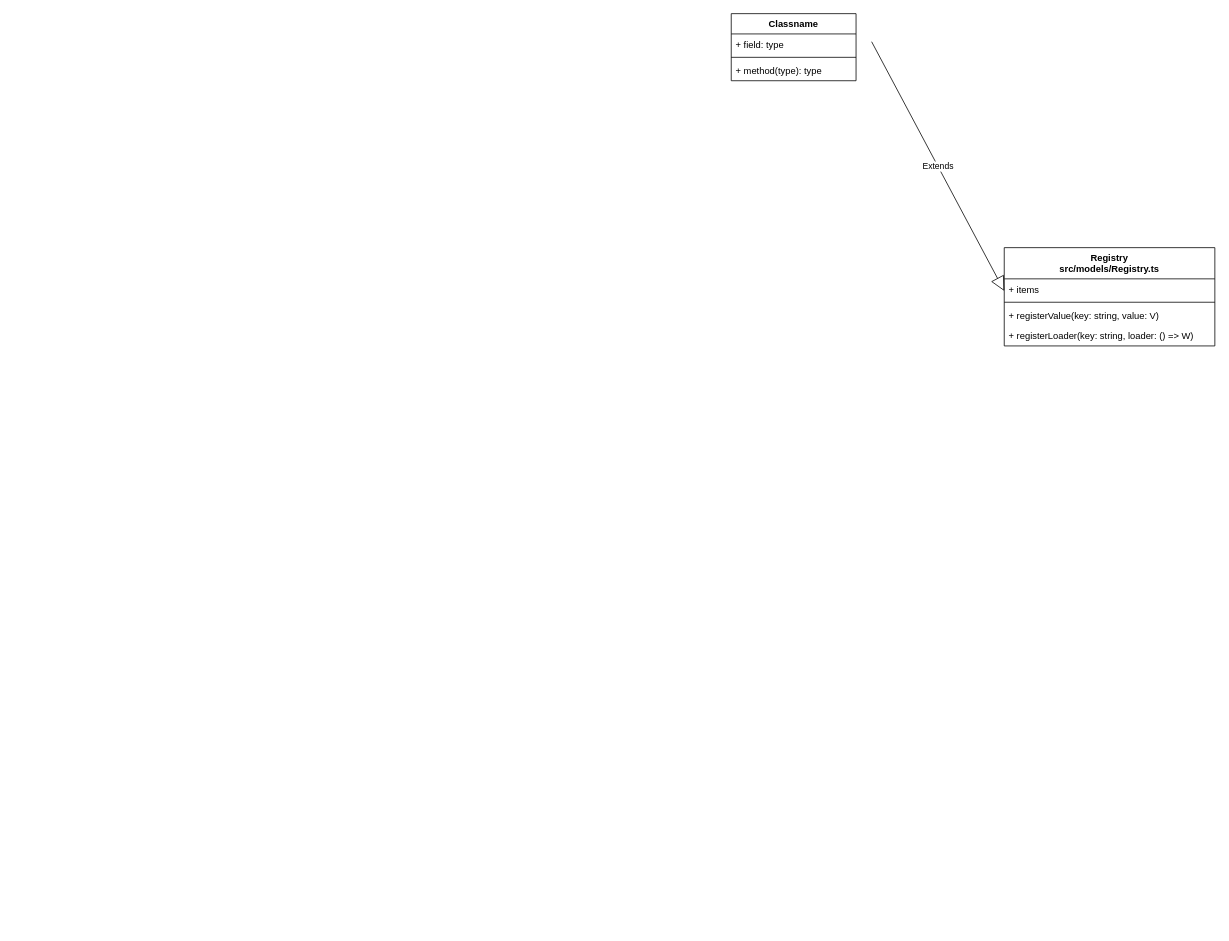
Earlier version of the draw.io diagram superset-core_chart.drawio (wbbhacker/drawFile). Source tidied: cells renumbered, new cells numbered last; positions are measured from the earlier drawing's top-left corner, leaving out a move shared by most shapes. Both pictures are drawn from the tidied source at 78%, with x=0, y=0 at pixel (731, 13).
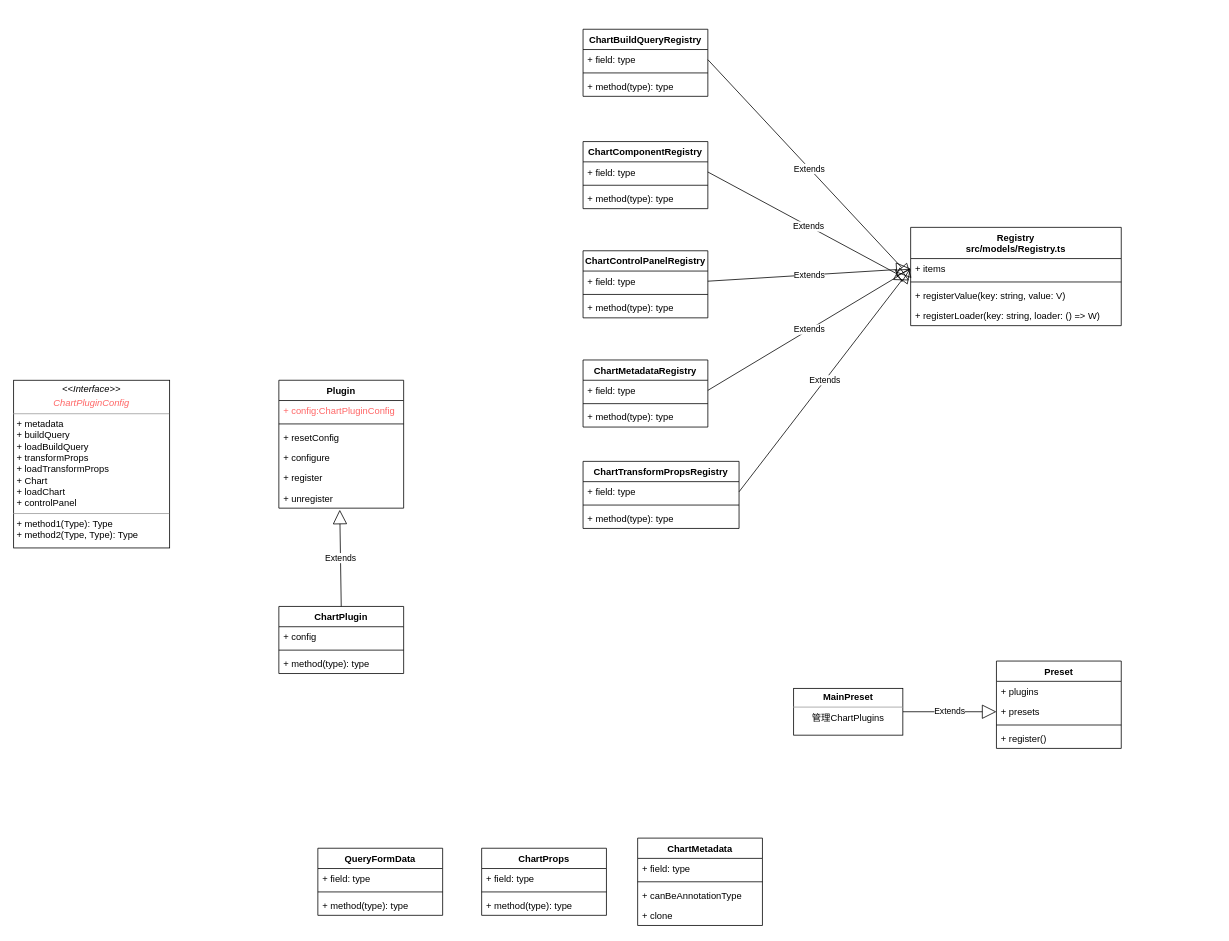
After the change.

Unchanged cells that the change refers to:
```xml
<mxCell id="3" value="+ items" style="text;strokeColor=none;fillColor=none;align=left;verticalAlign=top;spacingLeft=4;spacingRight=4;overflow=hidden;points=[[0,0.5],[1,0.5]];portConstraint=eastwest;" parent="2" vertex="1">
  <mxGeometry y="40" width="270" height="26" as="geometry" />
</mxCell>
<mxCell id="9" value="+ field: type" style="text;strokeColor=none;fillColor=none;align=left;verticalAlign=top;spacingLeft=4;spacingRight=4;overflow=hidden;points=[[0,0.5],[1,0.5]];portConstraint=eastwest;" parent="8" vertex="1">
  <mxGeometry y="26" width="160" height="26" as="geometry" />
</mxCell>
```

What changed in the source:
```diff
@@
     <mxCell id="2" value="Registry&#10;src/models/Registry.ts" style="swimlane;fontStyle=1;align=center;verticalAlign=top;horizontal=1;startSize=40;" parent="1" vertex="1">
-      <mxGeometry x="350" y="300" width="270" height="126" as="geometry" />
+      <mxGeometry x="230" y="274" width="270" height="126" as="geometry" />
     </mxCell>
@@
-    <mxCell id="7" value="Extends" style="endArrow=block;endSize=16;endFill=0;html=1;rounded=0;exitX=1;exitY=0.5;exitDx=0;exitDy=0;" parent="1" edge="1">
-      <mxGeometry relative="1" as="geometry">
-        <mxPoint x="180" y="36" as="sourcePoint" />
-        <mxPoint x="350" y="355.5" as="targetPoint" />
-      </mxGeometry>
+    <mxCell id="7" value="Extends" style="endArrow=block;endSize=16;endFill=0;html=1;rounded=0;exitX=1;exitY=0.5;exitDx=0;exitDy=0;entryX=0.004;entryY=0.962;entryDx=0;entryDy=0;entryPerimeter=0;" parent="1" edge="1" source="9" target="3">
+      <mxGeometry relative="1" as="geometry" />
     </mxCell>
-    <mxCell id="8" value="Classname" style="swimlane;fontStyle=1;align=center;verticalAlign=top;horizontal=1;startSize=26;" parent="1" vertex="1">
-      <mxGeometry width="160" height="86" as="geometry" />
+    <mxCell id="8" value="ChartBuildQueryRegistry" style="swimlane;fontStyle=1;align=center;verticalAlign=top;horizontal=1;startSize=26;" parent="1" vertex="1">
+      <mxGeometry x="-190" y="20" width="160" height="86" as="geometry" />
     </mxCell>
@@
+    <mxCell id="12" value="ChartComponentRegistry" style="swimlane;fontStyle=1;align=center;verticalAlign=top;horizontal=1;startSize=26;" parent="1" vertex="1">
+      <mxGeometry x="-190" y="164" width="160" height="86" as="geometry" />
+    </mxCell>
+    <mxCell id="13" value="+ field: type" style="text;strokeColor=none;fillColor=none;align=left;verticalAlign=top;spacingLeft=4;spacingRight=4;overflow=hidden;points=[[0,0.5],[1,0.5]];portConstraint=eastwest;" parent="12" vertex="1">
+      <mxGeometry y="26" width="160" height="26" as="geometry" />
+    </mxCell>
+    <mxCell id="14" style="line;strokeWidth=1;fillColor=none;align=left;verticalAlign=middle;spacingTop=-1;spacingLeft=3;spacingRight=3;labelPosition=right;" parent="12" vertex="1">
+      <mxGeometry y="52" width="160" height="8" as="geometry" />
+    </mxCell>
+    <mxCell id="15" value="+ method(type): type" style="text;strokeColor=none;fillColor=none;align=left;verticalAlign=top;spacingLeft=4;spacingRight=4;overflow=hidden;" parent="12" vertex="1">
+      <mxGeometry y="60" width="160" height="26" as="geometry" />
+    </mxCell>
+    <mxCell id="16" value="ChartControlPanelRegistry" style="swimlane;fontStyle=1;align=center;verticalAlign=top;horizontal=1;startSize=26;" parent="1" vertex="1">
+      <mxGeometry x="-190" y="304" width="160" height="86" as="geometry" />
+    </mxCell>
+    <mxCell id="17" value="+ field: type" style="text;strokeColor=none;fillColor=none;align=left;verticalAlign=top;spacingLeft=4;spacingRight=4;overflow=hidden;points=[[0,0.5],[1,0.5]];portConstraint=eastwest;" parent="16" vertex="1">
+      <mxGeometry y="26" width="160" height="26" as="geometry" />
+    </mxCell>
+    <mxCell id="18" style="line;strokeWidth=1;fillColor=none;align=left;verticalAlign=middle;spacingTop=-1;spacingLeft=3;spacingRight=3;labelPosition=right;" parent="16" vertex="1">
+      <mxGeometry y="52" width="160" height="8" as="geometry" />
+    </mxCell>
+    <mxCell id="19" value="+ method(type): type" style="text;strokeColor=none;fillColor=none;align=left;verticalAlign=top;spacingLeft=4;spacingRight=4;overflow=hidden;" parent="16" vertex="1">
+      <mxGeometry y="60" width="160" height="26" as="geometry" />
+    </mxCell>
+    <mxCell id="20" value="ChartMetadataRegistry" style="swimlane;fontStyle=1;align=center;verticalAlign=top;horizontal=1;startSize=26;" parent="1" vertex="1">
+      <mxGeometry x="-190" y="444" width="160" height="86" as="geometry" />
+    </mxCell>
+    <mxCell id="21" value="+ field: type" style="text;strokeColor=none;fillColor=none;align=left;verticalAlign=top;spacingLeft=4;spacingRight=4;overflow=hidden;points=[[0,0.5],[1,0.5]];portConstraint=eastwest;" parent="20" vertex="1">
+      <mxGeometry y="26" width="160" height="26" as="geometry" />
+    </mxCell>
+    <mxCell id="22" style="line;strokeWidth=1;fillColor=none;align=left;verticalAlign=middle;spacingTop=-1;spacingLeft=3;spacingRight=3;labelPosition=right;" parent="20" vertex="1">
+      <mxGeometry y="52" width="160" height="8" as="geometry" />
+    </mxCell>
+    <mxCell id="23" value="+ method(type): type" style="text;strokeColor=none;fillColor=none;align=left;verticalAlign=top;spacingLeft=4;spacingRight=4;overflow=hidden;" parent="20" vertex="1">
+      <mxGeometry y="60" width="160" height="26" as="geometry" />
+    </mxCell>
+    <mxCell id="24" value="ChartTransformPropsRegistry" style="swimlane;fontStyle=1;align=center;verticalAlign=top;horizontal=1;startSize=26;" parent="1" vertex="1">
+      <mxGeometry x="-190" y="574" width="200" height="86" as="geometry" />
+    </mxCell>
+    <mxCell id="25" value="+ field: type" style="text;strokeColor=none;fillColor=none;align=left;verticalAlign=top;spacingLeft=4;spacingRight=4;overflow=hidden;points=[[0,0.5],[1,0.5]];portConstraint=eastwest;" parent="24" vertex="1">
+      <mxGeometry y="26" width="200" height="26" as="geometry" />
+    </mxCell>
+    <mxCell id="26" style="line;strokeWidth=1;fillColor=none;align=left;verticalAlign=middle;spacingTop=-1;spacingLeft=3;spacingRight=3;labelPosition=right;" parent="24" vertex="1">
+      <mxGeometry y="52" width="200" height="8" as="geometry" />
+    </mxCell>
+    <mxCell id="27" value="+ method(type): type" style="text;strokeColor=none;fillColor=none;align=left;verticalAlign=top;spacingLeft=4;spacingRight=4;overflow=hidden;" parent="24" vertex="1">
+      <mxGeometry y="60" width="200" height="26" as="geometry" />
+    </mxCell>
+    <mxCell id="28" value="Extends" style="endArrow=block;endSize=16;endFill=0;html=1;rounded=0;entryX=-0.007;entryY=1.077;entryDx=0;entryDy=0;entryPerimeter=0;exitX=1;exitY=0.5;exitDx=0;exitDy=0;" parent="1" edge="1" source="13" target="3">
+      <mxGeometry relative="1" as="geometry" />
+    </mxCell>
+    <mxCell id="29" value="Extends" style="endArrow=block;endSize=16;endFill=0;html=1;rounded=0;exitX=1;exitY=0.5;exitDx=0;exitDy=0;entryX=0;entryY=0.5;entryDx=0;entryDy=0;" parent="1" edge="1" source="17" target="3">
+      <mxGeometry relative="1" as="geometry" />
+    </mxCell>
+    <mxCell id="30" value="Extends" style="endArrow=block;endSize=16;endFill=0;html=1;rounded=0;exitX=1;exitY=0.5;exitDx=0;exitDy=0;entryX=0;entryY=0.5;entryDx=0;entryDy=0;" parent="1" edge="1" source="21" target="3">
+      <mxGeometry relative="1" as="geometry" />
+    </mxCell>
+    <mxCell id="31" value="Extends" style="endArrow=block;endSize=16;endFill=0;html=1;rounded=0;exitX=1;exitY=0.5;exitDx=0;exitDy=0;entryX=0;entryY=0.5;entryDx=0;entryDy=0;" parent="1" edge="1" source="25" target="3">
+      <mxGeometry relative="1" as="geometry" />
+    </mxCell>
+    <mxCell id="32" value="Preset" style="swimlane;fontStyle=1;align=center;verticalAlign=top;horizontal=1;startSize=26;" parent="1" vertex="1">
+      <mxGeometry x="340" y="830" width="160" height="112" as="geometry" />
+    </mxCell>
+    <mxCell id="33" value="+ plugins" style="text;strokeColor=none;fillColor=none;align=left;verticalAlign=top;spacingLeft=4;spacingRight=4;overflow=hidden;" parent="32" vertex="1">
+      <mxGeometry y="26" width="160" height="26" as="geometry" />
+    </mxCell>
+    <mxCell id="34" value="+ presets" style="text;strokeColor=none;fillColor=none;align=left;verticalAlign=top;spacingLeft=4;spacingRight=4;overflow=hidden;points=[[0,0.5],[1,0.5]];portConstraint=eastwest;" parent="32" vertex="1">
+      <mxGeometry y="52" width="160" height="26" as="geometry" />
+    </mxCell>
+    <mxCell id="35" style="line;strokeWidth=1;fillColor=none;align=left;verticalAlign=middle;spacingTop=-1;spacingLeft=3;spacingRight=3;labelPosition=right;" parent="32" vertex="1">
+      <mxGeometry y="78" width="160" height="8" as="geometry" />
+    </mxCell>
+    <mxCell id="36" value="+ register()" style="text;strokeColor=none;fillColor=none;align=left;verticalAlign=top;spacingLeft=4;spacingRight=4;overflow=hidden;" parent="32" vertex="1">
+      <mxGeometry y="86" width="160" height="26" as="geometry" />
+    </mxCell>
+    <mxCell id="37" value="Extends" style="endArrow=block;endSize=16;endFill=0;html=1;rounded=0;entryX=0;entryY=0.5;entryDx=0;entryDy=0;exitX=1;exitY=0.5;exitDx=0;exitDy=0;" parent="1" edge="1" source="38" target="34">
+      <mxGeometry relative="1" as="geometry" />
+    </mxCell>
+    <mxCell id="38" value="&lt;p style=&quot;margin: 0px ; margin-top: 4px ; text-align: center&quot;&gt;&lt;b&gt;MainPreset&lt;/b&gt;&lt;/p&gt;&lt;hr size=&quot;1&quot;&gt;&lt;div style=&quot;text-align: center ; height: 2px&quot;&gt;管理ChartPlugins&lt;/div&gt;" style="verticalAlign=top;align=left;overflow=fill;fontSize=12;fontFamily=Helvetica;html=1;" parent="1" vertex="1">
+      <mxGeometry x="80" y="865" width="140" height="60" as="geometry" />
+    </mxCell>
+    <mxCell id="39" value="Plugin" style="swimlane;fontStyle=1;align=center;verticalAlign=top;horizontal=1;startSize=26;" parent="1" vertex="1">
+      <mxGeometry x="-580" y="470" width="160" height="164" as="geometry" />
+    </mxCell>
+    <mxCell id="40" value="+ config:ChartPluginConfig" style="text;strokeColor=none;fillColor=none;align=left;verticalAlign=top;spacingLeft=4;spacingRight=4;overflow=hidden;fontColor=#FF6666;" parent="39" vertex="1">
+      <mxGeometry y="26" width="160" height="26" as="geometry" />
+    </mxCell>
+    <mxCell id="41" style="line;strokeWidth=1;fillColor=none;align=left;verticalAlign=middle;spacingTop=-1;spacingLeft=3;spacingRight=3;labelPosition=right;" parent="39" vertex="1">
+      <mxGeometry y="52" width="160" height="8" as="geometry" />
+    </mxCell>
+    <mxCell id="42" value="+ resetConfig" style="text;strokeColor=none;fillColor=none;align=left;verticalAlign=top;spacingLeft=4;spacingRight=4;overflow=hidden;" parent="39" vertex="1">
+      <mxGeometry y="60" width="160" height="26" as="geometry" />
+    </mxCell>
+    <mxCell id="43" value="+ configure" style="text;strokeColor=none;fillColor=none;align=left;verticalAlign=top;spacingLeft=4;spacingRight=4;overflow=hidden;" parent="39" vertex="1">
+      <mxGeometry y="86" width="160" height="26" as="geometry" />
+    </mxCell>
+    <mxCell id="44" value="+ register" style="text;strokeColor=none;fillColor=none;align=left;verticalAlign=top;spacingLeft=4;spacingRight=4;overflow=hidden;" parent="39" vertex="1">
+      <mxGeometry y="112" width="160" height="26" as="geometry" />
+    </mxCell>
+    <mxCell id="45" value="+ unregister" style="text;strokeColor=none;fillColor=none;align=left;verticalAlign=top;spacingLeft=4;spacingRight=4;overflow=hidden;points=[[0,0.5],[1,0.5]];portConstraint=eastwest;" parent="39" vertex="1">
+      <mxGeometry y="138" width="160" height="26" as="geometry" />
+    </mxCell>
+    <mxCell id="46" value="ChartPlugin" style="swimlane;fontStyle=1;align=center;verticalAlign=top;horizontal=1;startSize=26;" parent="1" vertex="1">
+      <mxGeometry x="-580" y="760" width="160" height="86" as="geometry" />
+    </mxCell>
+    <mxCell id="47" value="+ config" style="text;strokeColor=none;fillColor=none;align=left;verticalAlign=top;spacingLeft=4;spacingRight=4;overflow=hidden;" parent="46" vertex="1">
+      <mxGeometry y="26" width="160" height="26" as="geometry" />
+    </mxCell>
+    <mxCell id="48" style="line;strokeWidth=1;fillColor=none;align=left;verticalAlign=middle;spacingTop=-1;spacingLeft=3;spacingRight=3;labelPosition=right;" parent="46" vertex="1">
+      <mxGeometry y="52" width="160" height="8" as="geometry" />
+    </mxCell>
+    <mxCell id="49" value="+ method(type): type" style="text;strokeColor=none;fillColor=none;align=left;verticalAlign=top;spacingLeft=4;spacingRight=4;overflow=hidden;" parent="46" vertex="1">
+      <mxGeometry y="60" width="160" height="26" as="geometry" />
+    </mxCell>
+    <mxCell id="50" value="Extends" style="endArrow=block;endSize=16;endFill=0;html=1;rounded=0;exitX=0.5;exitY=0;exitDx=0;exitDy=0;entryX=0.488;entryY=1.077;entryDx=0;entryDy=0;entryPerimeter=0;" parent="1" edge="1" source="46" target="45">
+      <mxGeometry relative="1" as="geometry" />
+    </mxCell>
+    <mxCell id="51" value="ChartMetadata" style="swimlane;fontStyle=1;align=center;verticalAlign=top;horizontal=1;startSize=26;" parent="1" vertex="1">
+      <mxGeometry x="-120" y="1057" width="160" height="112" as="geometry" />
+    </mxCell>
+    <mxCell id="52" value="+ field: type" style="text;strokeColor=none;fillColor=none;align=left;verticalAlign=top;spacingLeft=4;spacingRight=4;overflow=hidden;" parent="51" vertex="1">
+      <mxGeometry y="26" width="160" height="26" as="geometry" />
+    </mxCell>
+    <mxCell id="53" style="line;strokeWidth=1;fillColor=none;align=left;verticalAlign=middle;spacingTop=-1;spacingLeft=3;spacingRight=3;labelPosition=right;" parent="51" vertex="1">
+      <mxGeometry y="52" width="160" height="8" as="geometry" />
+    </mxCell>
+    <mxCell id="54" value="+ canBeAnnotationType" style="text;strokeColor=none;fillColor=none;align=left;verticalAlign=top;spacingLeft=4;spacingRight=4;overflow=hidden;" parent="51" vertex="1">
+      <mxGeometry y="60" width="160" height="26" as="geometry" />
+    </mxCell>
+    <mxCell id="55" value="+ clone" style="text;strokeColor=none;fillColor=none;align=left;verticalAlign=top;spacingLeft=4;spacingRight=4;overflow=hidden;" parent="51" vertex="1">
+      <mxGeometry y="86" width="160" height="26" as="geometry" />
+    </mxCell>
+    <mxCell id="56" value="ChartProps" style="swimlane;fontStyle=1;align=center;verticalAlign=top;horizontal=1;startSize=26;" parent="1" vertex="1">
+      <mxGeometry x="-320" y="1070" width="160" height="86" as="geometry" />
+    </mxCell>
+    <mxCell id="57" value="+ field: type" style="text;strokeColor=none;fillColor=none;align=left;verticalAlign=top;spacingLeft=4;spacingRight=4;overflow=hidden;" parent="56" vertex="1">
+      <mxGeometry y="26" width="160" height="26" as="geometry" />
+    </mxCell>
+    <mxCell id="58" style="line;strokeWidth=1;fillColor=none;align=left;verticalAlign=middle;spacingTop=-1;spacingLeft=3;spacingRight=3;labelPosition=right;" parent="56" vertex="1">
+      <mxGeometry y="52" width="160" height="8" as="geometry" />
+    </mxCell>
+    <mxCell id="59" value="+ method(type): type" style="text;strokeColor=none;fillColor=none;align=left;verticalAlign=top;spacingLeft=4;spacingRight=4;overflow=hidden;" parent="56" vertex="1">
+      <mxGeometry y="60" width="160" height="26" as="geometry" />
+    </mxCell>
+    <mxCell id="60" value="QueryFormData" style="swimlane;fontStyle=1;align=center;verticalAlign=top;horizontal=1;startSize=26;" parent="1" vertex="1">
+      <mxGeometry x="-530" y="1070" width="160" height="86" as="geometry" />
+    </mxCell>
+    <mxCell id="61" value="+ field: type" style="text;strokeColor=none;fillColor=none;align=left;verticalAlign=top;spacingLeft=4;spacingRight=4;overflow=hidden;" parent="60" vertex="1">
+      <mxGeometry y="26" width="160" height="26" as="geometry" />
+    </mxCell>
+    <mxCell id="62" style="line;strokeWidth=1;fillColor=none;align=left;verticalAlign=middle;spacingTop=-1;spacingLeft=3;spacingRight=3;labelPosition=right;" parent="60" vertex="1">
+      <mxGeometry y="52" width="160" height="8" as="geometry" />
+    </mxCell>
+    <mxCell id="63" value="+ method(type): type" style="text;strokeColor=none;fillColor=none;align=left;verticalAlign=top;spacingLeft=4;spacingRight=4;overflow=hidden;" parent="60" vertex="1">
+      <mxGeometry y="60" width="160" height="26" as="geometry" />
+    </mxCell>
+    <mxCell id="64" value="&lt;p style=&quot;margin: 0px ; margin-top: 4px ; text-align: center&quot;&gt;&lt;i&gt;&amp;lt;&amp;lt;Interface&amp;gt;&amp;gt;&lt;/i&gt;&lt;br&gt;&lt;/p&gt;&lt;p style=&quot;margin: 0px ; margin-top: 4px ; text-align: center&quot;&gt;&lt;i&gt;&lt;font color=&quot;#ff6666&quot;&gt;ChartPluginConfig&lt;/font&gt;&lt;/i&gt;&lt;/p&gt;&lt;hr size=&quot;1&quot;&gt;&lt;p style=&quot;margin: 0px ; margin-left: 4px&quot;&gt;+ metadata&lt;br&gt;+ buildQuery&lt;/p&gt;&lt;p style=&quot;margin: 0px ; margin-left: 4px&quot;&gt;+ loadBuildQuery&lt;/p&gt;&lt;p style=&quot;margin: 0px ; margin-left: 4px&quot;&gt;+ transformProps&lt;/p&gt;&lt;p style=&quot;margin: 0px ; margin-left: 4px&quot;&gt;+ loadTransformProps&lt;/p&gt;&lt;p style=&quot;margin: 0px ; margin-left: 4px&quot;&gt;+ Chart&lt;/p&gt;&lt;p style=&quot;margin: 0px ; margin-left: 4px&quot;&gt;+ loadChart&lt;/p&gt;&lt;p style=&quot;margin: 0px ; margin-left: 4px&quot;&gt;+ controlPanel&lt;/p&gt;&lt;hr size=&quot;1&quot;&gt;&lt;p style=&quot;margin: 0px ; margin-left: 4px&quot;&gt;+ method1(Type): Type&lt;br&gt;+ method2(Type, Type): Type&lt;/p&gt;" style="verticalAlign=top;align=left;overflow=fill;fontSize=12;fontFamily=Helvetica;html=1;" parent="1" vertex="1">
+      <mxGeometry x="-920" y="470" width="200" height="215" as="geometry" />
+    </mxCell>
```
